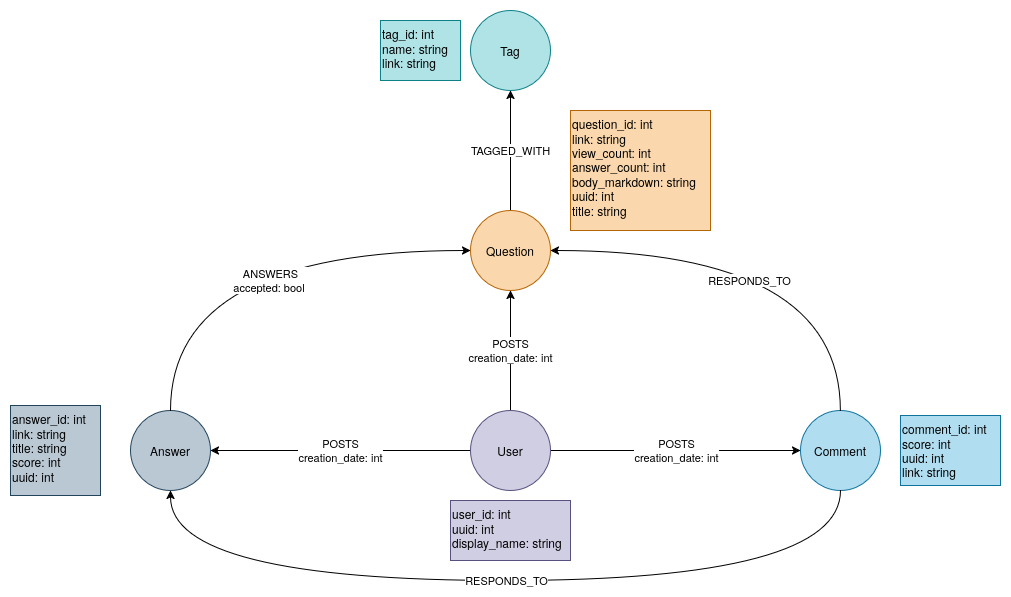
The draw.io diagram report/StackOverflow_Graph_Model.png in sharie-rhea/cs-590, before a commit. Source tidied: cells renumbered, new cells last; positions are measured from the earlier drawing's top-left corner, leaving out a move shared by most shapes. Source of this version:
```xml
<mxGraphModel>
  <root>
    <mxCell id="0" />
    <mxCell id="1" parent="0" />
    <mxCell id="2" value="Answer" style="ellipse;whiteSpace=wrap;html=1;fillColor=#bac8d3;strokeColor=#23445d;" parent="1" vertex="1">
      <mxGeometry x="120" y="400" width="80" height="80" as="geometry" />
    </mxCell>
    <mxCell id="3" value="&lt;div&gt;Comment&lt;/div&gt;" style="ellipse;whiteSpace=wrap;html=1;fillColor=#b1ddf0;strokeColor=#10739e;" parent="1" vertex="1">
      <mxGeometry x="790" y="400" width="80" height="80" as="geometry" />
    </mxCell>
    <mxCell id="4" value="&lt;div&gt;POSTS&lt;/div&gt;creation_date: int" style="edgeStyle=orthogonalEdgeStyle;rounded=0;jettySize=auto;html=1;" parent="1" edge="1" source="8" target="2">
      <mxGeometry relative="1" as="geometry" />
    </mxCell>
    <mxCell id="5" value="&lt;div&gt;POSTS&lt;/div&gt;creation_date: int" style="edgeStyle=orthogonalEdgeStyle;rounded=0;jettySize=auto;html=1;" parent="1" edge="1" source="8" target="3">
      <mxGeometry relative="1" as="geometry" />
    </mxCell>
    <mxCell id="6" value="&lt;div&gt;POSTS&lt;/div&gt;creation_date: int" style="edgeStyle=orthogonalEdgeStyle;rounded=0;jettySize=auto;html=1;" parent="1" edge="1" source="8" target="9">
      <mxGeometry relative="1" as="geometry" />
    </mxCell>
    <mxCell id="7" value="TAGGED_WITH" style="rounded=0;jettySize=auto;html=1;" parent="1" edge="1" source="9" target="10">
      <mxGeometry relative="1" as="geometry" />
    </mxCell>
    <mxCell id="8" value="User" style="ellipse;whiteSpace=wrap;html=1;fillColor=#d0cee2;strokeColor=#56517e;" parent="1" vertex="1">
      <mxGeometry x="460" y="400" width="80" height="80" as="geometry" />
    </mxCell>
    <mxCell id="9" value="Question" style="ellipse;whiteSpace=wrap;html=1;fillColor=#fad7ac;strokeColor=#b46504;" parent="1" vertex="1">
      <mxGeometry x="460" y="200" width="80" height="80" as="geometry" />
    </mxCell>
    <mxCell id="10" value="Tag" style="ellipse;whiteSpace=wrap;html=1;fillColor=#b0e3e6;strokeColor=#0e8088;" parent="1" vertex="1">
      <mxGeometry x="460" width="80" height="80" as="geometry" />
    </mxCell>
    <mxCell id="11" value="question_id: int&#10;link: string&#10;view_count: int&#10;answer_count: int&#10;body_markdown: string&#10;uuid: int&#10;title: string" style="text;whiteSpace=wrap;fillColor=#fad7ac;strokeColor=#b46504;" parent="1" vertex="1">
      <mxGeometry x="560" y="100" width="140" height="120" as="geometry" />
    </mxCell>
    <mxCell id="12" value="&lt;div&gt;ANSWERS&lt;/div&gt;&lt;div&gt;accepted: bool&amp;nbsp;&lt;/div&gt;" style="rounded=0;jettySize=auto;html=1;edgeStyle=orthogonalEdgeStyle;curved=1;" parent="1" edge="1" source="2" target="9">
      <mxGeometry x="0.13" y="-30" relative="1" as="geometry">
        <Array as="points">
          <mxPoint x="160" y="240" />
        </Array>
      </mxGeometry>
    </mxCell>
    <mxCell id="13" value="RESPONDS_TO" style="rounded=0;jettySize=auto;html=1;edgeStyle=orthogonalEdgeStyle;curved=1;" parent="1" edge="1" source="3" target="9">
      <mxGeometry x="0.11" y="30" relative="1" as="geometry">
        <Array as="points">
          <mxPoint x="830" y="240" />
        </Array>
        <mxPoint x="-1" as="offset" />
      </mxGeometry>
    </mxCell>
    <mxCell id="14" value="RESPONDS_TO" style="rounded=0;jettySize=auto;html=1;edgeStyle=orthogonalEdgeStyle;endArrow=none;endFill=0;startArrow=classic;startFill=1;curved=1;" parent="1" edge="1" source="2" target="3">
      <mxGeometry relative="1" as="geometry">
        <Array as="points">
          <mxPoint x="160" y="570" />
          <mxPoint x="830" y="570" />
        </Array>
      </mxGeometry>
    </mxCell>
    <mxCell id="15" value="answer_id: int&#10;link: string&#10;title: string&#10;score: int&#10;uuid: int" style="text;whiteSpace=wrap;fillColor=#bac8d3;strokeColor=#23445d;" parent="1" vertex="1">
      <mxGeometry y="395" width="90" height="90" as="geometry" />
    </mxCell>
    <mxCell id="16" value="comment_id: int&#10;score: int&#10;uuid: int&#10;link: string" style="text;whiteSpace=wrap;fillColor=#b1ddf0;strokeColor=#10739e;" parent="1" vertex="1">
      <mxGeometry x="890" y="405" width="100" height="70" as="geometry" />
    </mxCell>
    <mxCell id="17" value="user_id: int&#10;uuid: int&#10;display_name: string" style="text;whiteSpace=wrap;fillColor=#d0cee2;strokeColor=#56517e;" parent="1" vertex="1">
      <mxGeometry x="440" y="490" width="120" height="60" as="geometry" />
    </mxCell>
    <mxCell id="18" value="tag_id: int&#10;name: string&#10;link: string" style="text;whiteSpace=wrap;fillColor=#b0e3e6;strokeColor=#0e8088;" parent="1" vertex="1">
      <mxGeometry x="370" y="10" width="80" height="60" as="geometry" />
    </mxCell>
  </root>
</mxGraphModel>
```
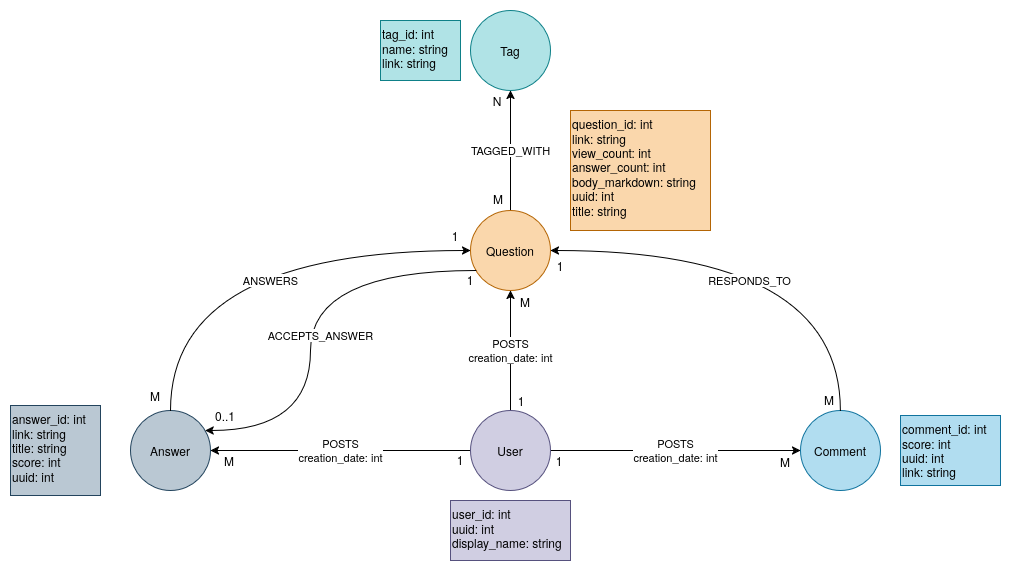
The same file after the commit.

Commit message:
change the way accepted answers are stored

The edit, as a diff of the source:
```diff
@@ -32,7 +32,7 @@
     <mxCell id="11" value="question_id: int&#10;link: string&#10;view_count: int&#10;answer_count: int&#10;body_markdown: string&#10;uuid: int&#10;title: string" style="text;whiteSpace=wrap;fillColor=#fad7ac;strokeColor=#b46504;" parent="1" vertex="1">
       <mxGeometry x="560" y="100" width="140" height="120" as="geometry" />
     </mxCell>
-    <mxCell id="12" value="&lt;div&gt;ANSWERS&lt;/div&gt;&lt;div&gt;accepted: bool&amp;nbsp;&lt;/div&gt;" style="rounded=0;jettySize=auto;html=1;edgeStyle=orthogonalEdgeStyle;curved=1;" parent="1" edge="1" source="2" target="9">
+    <mxCell id="12" value="&lt;div&gt;ANSWERS&lt;/div&gt;" style="rounded=0;jettySize=auto;html=1;edgeStyle=orthogonalEdgeStyle;curved=1;" parent="1" edge="1" source="2" target="9">
       <mxGeometry x="0.13" y="-30" relative="1" as="geometry">
         <Array as="points">
           <mxPoint x="160" y="240" />
@@ -47,14 +47,6 @@
         <mxPoint x="-1" as="offset" />
       </mxGeometry>
     </mxCell>
-    <mxCell id="14" value="RESPONDS_TO" style="rounded=0;jettySize=auto;html=1;edgeStyle=orthogonalEdgeStyle;endArrow=none;endFill=0;startArrow=classic;startFill=1;curved=1;" parent="1" edge="1" source="2" target="3">
-      <mxGeometry relative="1" as="geometry">
-        <Array as="points">
-          <mxPoint x="160" y="570" />
-          <mxPoint x="830" y="570" />
-        </Array>
-      </mxGeometry>
-    </mxCell>
     <mxCell id="15" value="answer_id: int&#10;link: string&#10;title: string&#10;score: int&#10;uuid: int" style="text;whiteSpace=wrap;fillColor=#bac8d3;strokeColor=#23445d;" parent="1" vertex="1">
       <mxGeometry y="395" width="90" height="90" as="geometry" />
     </mxCell>
@@ -67,5 +59,55 @@
     <mxCell id="18" value="tag_id: int&#10;name: string&#10;link: string" style="text;whiteSpace=wrap;fillColor=#b0e3e6;strokeColor=#0e8088;" parent="1" vertex="1">
       <mxGeometry x="370" y="10" width="80" height="60" as="geometry" />
     </mxCell>
+    <mxCell id="19" value="ACCEPTS_ANSWER" style="rounded=0;jettySize=auto;html=1;edgeStyle=orthogonalEdgeStyle;curved=1;startArrow=classic;startFill=1;endArrow=none;endFill=0;" parent="1" edge="1" source="2" target="9">
+      <mxGeometry x="-0.07" y="-10" relative="1" as="geometry">
+        <Array as="points">
+          <mxPoint x="300" y="420" />
+          <mxPoint x="300" y="260" />
+        </Array>
+      </mxGeometry>
+    </mxCell>
+    <mxCell id="20" value="1" style="text;html=1;whiteSpace=wrap;strokeColor=none;fillColor=none;align=center;verticalAlign=middle;rounded=0;" parent="1" vertex="1">
+      <mxGeometry x="535" y="240" width="30" height="30" as="geometry" />
+    </mxCell>
+    <mxCell id="21" value="M" style="text;html=1;whiteSpace=wrap;strokeColor=none;fillColor=none;align=center;verticalAlign=middle;rounded=0;" parent="1" vertex="1">
+      <mxGeometry x="760" y="436" width="30" height="30" as="geometry" />
+    </mxCell>
+    <mxCell id="22" value="1" style="text;html=1;whiteSpace=wrap;strokeColor=none;fillColor=none;align=center;verticalAlign=middle;rounded=0;" parent="1" vertex="1">
+      <mxGeometry x="534" y="435" width="30" height="30" as="geometry" />
+    </mxCell>
+    <mxCell id="23" value="M" style="text;html=1;whiteSpace=wrap;strokeColor=none;fillColor=none;align=center;verticalAlign=middle;rounded=0;" parent="1" vertex="1">
+      <mxGeometry x="473" y="173" width="30" height="30" as="geometry" />
+    </mxCell>
+    <mxCell id="24" value="N" style="text;html=1;whiteSpace=wrap;strokeColor=none;fillColor=none;align=center;verticalAlign=middle;rounded=0;" parent="1" vertex="1">
+      <mxGeometry x="472" y="75" width="30" height="30" as="geometry" />
+    </mxCell>
+    <mxCell id="25" value="1" style="text;html=1;whiteSpace=wrap;strokeColor=none;fillColor=none;align=center;verticalAlign=middle;rounded=0;" parent="1" vertex="1">
+      <mxGeometry x="445" y="254" width="30" height="30" as="geometry" />
+    </mxCell>
+    <mxCell id="26" value="0..1" style="text;html=1;whiteSpace=wrap;strokeColor=none;fillColor=none;align=center;verticalAlign=middle;rounded=0;" parent="1" vertex="1">
+      <mxGeometry x="200" y="390" width="30" height="30" as="geometry" />
+    </mxCell>
+    <mxCell id="27" value="M" style="text;html=1;whiteSpace=wrap;strokeColor=none;fillColor=none;align=center;verticalAlign=middle;rounded=0;" parent="1" vertex="1">
+      <mxGeometry x="130" y="370" width="30" height="30" as="geometry" />
+    </mxCell>
+    <mxCell id="28" value="1" style="text;html=1;whiteSpace=wrap;strokeColor=none;fillColor=none;align=center;verticalAlign=middle;rounded=0;" parent="1" vertex="1">
+      <mxGeometry x="430" y="210" width="30" height="30" as="geometry" />
+    </mxCell>
+    <mxCell id="29" value="M" style="text;html=1;whiteSpace=wrap;strokeColor=none;fillColor=none;align=center;verticalAlign=middle;rounded=0;" parent="1" vertex="1">
+      <mxGeometry x="204" y="435" width="30" height="30" as="geometry" />
+    </mxCell>
+    <mxCell id="30" value="M" style="text;html=1;whiteSpace=wrap;strokeColor=none;fillColor=none;align=center;verticalAlign=middle;rounded=0;" parent="1" vertex="1">
+      <mxGeometry x="500" y="276" width="30" height="30" as="geometry" />
+    </mxCell>
+    <mxCell id="31" value="&lt;div&gt;1&lt;/div&gt;" style="text;html=1;whiteSpace=wrap;strokeColor=none;fillColor=none;align=center;verticalAlign=middle;rounded=0;" parent="1" vertex="1">
+      <mxGeometry x="435" y="434" width="30" height="30" as="geometry" />
+    </mxCell>
+    <mxCell id="32" value="1" style="text;html=1;whiteSpace=wrap;strokeColor=none;fillColor=none;align=center;verticalAlign=middle;rounded=0;" parent="1" vertex="1">
+      <mxGeometry x="496" y="375" width="30" height="30" as="geometry" />
+    </mxCell>
+    <mxCell id="33" value="M" style="text;html=1;whiteSpace=wrap;strokeColor=none;fillColor=none;align=center;verticalAlign=middle;rounded=0;" parent="1" vertex="1">
+      <mxGeometry x="804" y="374" width="30" height="30" as="geometry" />
+    </mxCell>
   </root>
 </mxGraphModel>
```
